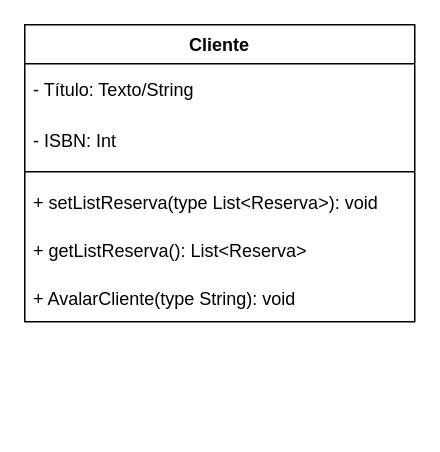
The draw.io diagram Proyecto/Diagramas/ProyectoETS-PRO_DIagramas.drawio in PeterMartEsc/ETS, before the edit. Source tidied: cells renumbered, new cells numbered last; positions are measured from the earlier drawing's top-left corner, leaving out a move shared by most shapes. Both pictures are drawn from the tidied source at 150%, with x=0, y=0 at pixel (24, 24).
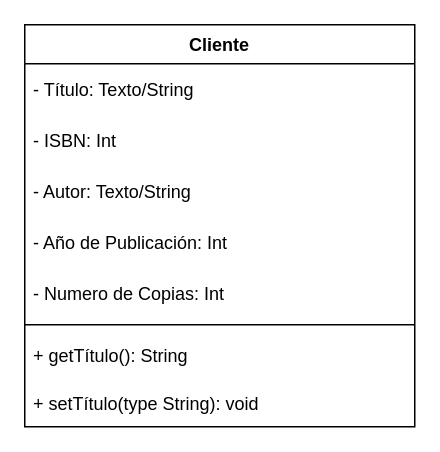
The same page after the edit.

Change to the diagram source:
```diff
@@
 <mxGraphModel>
   <root>
     <mxCell id="0" />
     <mxCell id="1" parent="0" />
     <mxCell id="2" value="Cliente" style="swimlane;align=center;verticalAlign=middle;horizontal=1;startSize=26;" parent="1" vertex="1">
-      <mxGeometry width="260" height="198" as="geometry" />
+      <mxGeometry width="260" height="268" as="geometry" />
     </mxCell>
     <mxCell id="3" value="- Título: Texto/String" style="text;strokeColor=none;fillColor=none;align=left;verticalAlign=middle;spacingLeft=4;spacingRight=4;overflow=hidden;" parent="2" vertex="1">
       <mxGeometry y="26" width="260" height="34" as="geometry" />
     </mxCell>
     <mxCell id="4" value="- ISBN: Int" style="text;strokeColor=none;fillColor=none;align=left;verticalAlign=middle;spacingLeft=4;spacingRight=4;overflow=hidden;" parent="2" vertex="1">
       <mxGeometry y="60" width="260" height="34" as="geometry" />
     </mxCell>
+    <mxCell id="9" value="- Autor: Texto/String" style="text;strokeColor=none;fillColor=none;align=left;verticalAlign=middle;spacingLeft=4;spacingRight=4;overflow=hidden;" parent="2" vertex="1">
+      <mxGeometry y="94" width="260" height="34" as="geometry" />
+    </mxCell>
+    <mxCell id="10" value="- Año de Publicación: Int" style="text;strokeColor=none;fillColor=none;align=left;verticalAlign=middle;spacingLeft=4;spacingRight=4;overflow=hidden;" parent="2" vertex="1">
+      <mxGeometry y="128" width="260" height="34" as="geometry" />
+    </mxCell>
+    <mxCell id="11" value="- Numero de Copias: Int" style="text;strokeColor=none;fillColor=none;align=left;verticalAlign=middle;spacingLeft=4;spacingRight=4;overflow=hidden;" parent="2" vertex="1">
+      <mxGeometry y="162" width="260" height="34" as="geometry" />
+    </mxCell>
     <mxCell id="5" style="line;strokeWidth=1;fillColor=none;align=left;verticalAlign=middle;spacingTop=-1;spacingLeft=3;spacingRight=3;labelPosition=right;strokeColor=inherit;" parent="2" vertex="1">
-      <mxGeometry y="94" width="260" height="8" as="geometry" />
+      <mxGeometry y="196" width="260" height="8" as="geometry" />
     </mxCell>
-    <mxCell id="6" value="+ setListReserva(type List&lt;Reserva&gt;): void" style="text;strokeColor=none;fillColor=none;align=left;verticalAlign=middle;spacingLeft=4;spacingRight=4;overflow=hidden;" parent="2" vertex="1">
-      <mxGeometry y="102" width="260" height="32" as="geometry" />
-    </mxCell>
-    <mxCell id="7" value="+ getListReserva(): List&lt;Reserva&gt;" style="text;strokeColor=none;fillColor=none;align=left;verticalAlign=middle;spacingLeft=4;spacingRight=4;overflow=hidden;" parent="2" vertex="1">
-      <mxGeometry y="134" width="260" height="32" as="geometry" />
-    </mxCell>
-    <mxCell id="8" value="+ AvalarCliente(type String): void" style="text;strokeColor=none;fillColor=none;align=left;verticalAlign=middle;spacingLeft=4;spacingRight=4;overflow=hidden;" parent="2" vertex="1">
-      <mxGeometry y="166" width="260" height="32" as="geometry" />
-    </mxCell>
+    <mxCell id="12" value="+ getTítulo(): String" style="text;strokeColor=none;fillColor=none;align=left;verticalAlign=middle;spacingLeft=4;spacingRight=4;overflow=hidden;" parent="2" vertex="1">
+      <mxGeometry y="204" width="260" height="32" as="geometry" />
+    </mxCell>
+    <mxCell id="13" value="+ setTítulo(type String): void" style="text;strokeColor=none;fillColor=none;align=left;verticalAlign=middle;spacingLeft=4;spacingRight=4;overflow=hidden;" parent="2" vertex="1">
+      <mxGeometry y="236" width="260" height="32" as="geometry" />
+    </mxCell>
   </root>
 </mxGraphModel>
```
